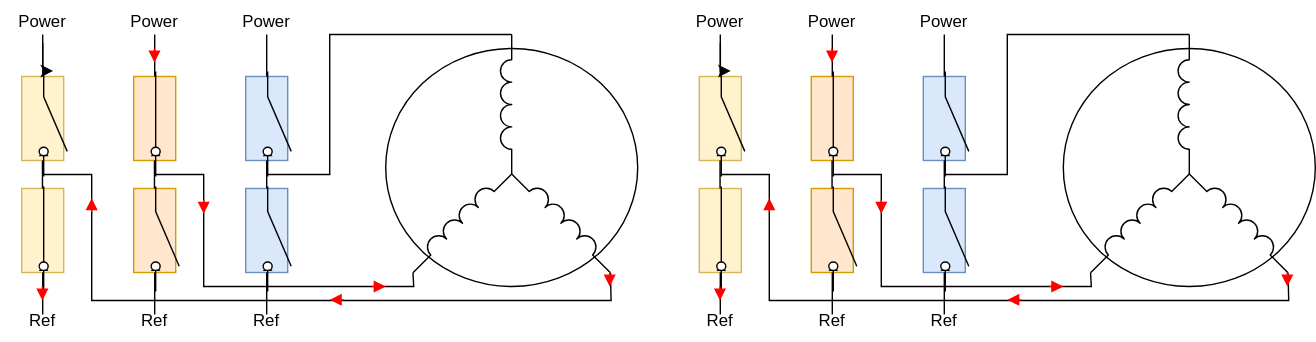
stephaneamans/ESC_Brushless keeps this draw.io diagram as 01-documentation/svg_files/esc_commutation_principle.drawio.svg. Above is the earlier version. Source tidied: cells renumbered, new cells last; positions are measured from the earlier drawing's top-left corner, leaving out a move shared by most shapes.
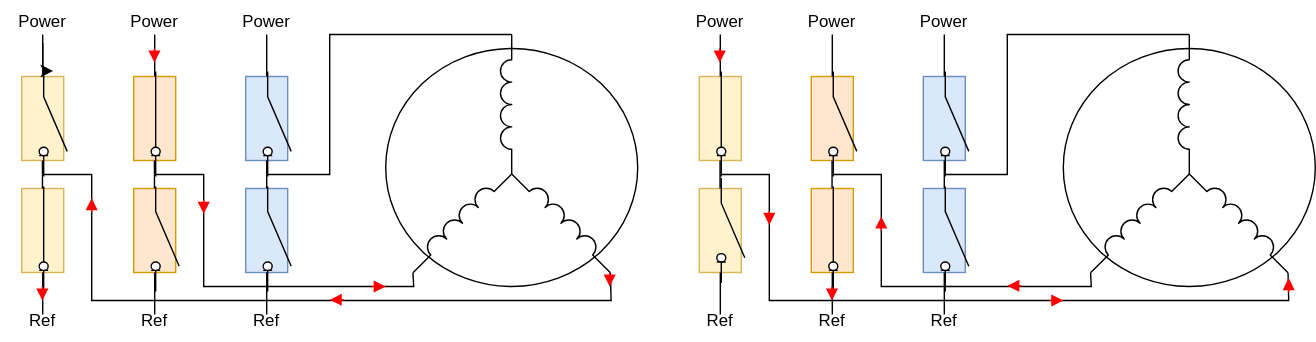
Later version of the same file.

The edit, as a diff of the source:
```diff
@@ -279,9 +279,6 @@
         <mxPoint x="514" y="194" as="targetPoint" />
       </mxGeometry>
     </mxCell>
-    <mxCell id="62" style="edgeStyle=orthogonalEdgeStyle;rounded=0;jettySize=auto;html=1;" parent="1" edge="1" source="63" target="74">
-      <mxGeometry relative="1" as="geometry" />
-    </mxCell>
     <mxCell id="63" value="Power" style="text;html=1;align=center;verticalAlign=middle;whiteSpace=wrap;rounded=0;" parent="1" vertex="1">
       <mxGeometry x="484" width="60" height="30" as="geometry" />
     </mxCell>
@@ -325,13 +322,13 @@
       <mxGeometry x="644" y="214" width="60" height="30" as="geometry" />
     </mxCell>
     <mxCell id="73" style="html=1;shape=mxgraph.electrical.electro-mechanical.switchDisconnector;elSwitchState=on;rotation=90;" parent="1" vertex="1">
-      <mxGeometry x="484" y="160" width="75" height="20" as="geometry" />
+      <mxGeometry x="564" y="160" width="75" height="20" as="geometry" />
     </mxCell>
     <mxCell id="74" style="html=1;shape=mxgraph.electrical.electro-mechanical.switchDisconnector;elSwitchState=off;rotation=90;" parent="1" vertex="1">
-      <mxGeometry x="484" y="78" width="75" height="20" as="geometry" />
+      <mxGeometry x="564" y="78" width="75" height="20" as="geometry" />
     </mxCell>
     <mxCell id="75" style="html=1;shape=mxgraph.electrical.electro-mechanical.switchDisconnector;elSwitchState=off;rotation=90;" parent="1" vertex="1">
-      <mxGeometry x="564" y="160" width="75" height="20" as="geometry" />
+      <mxGeometry x="484" y="154" width="75" height="20" as="geometry" />
     </mxCell>
     <mxCell id="76" style="html=1;shape=mxgraph.electrical.electro-mechanical.switchDisconnector;elSwitchState=off;rotation=90;" parent="1" vertex="1">
       <mxGeometry x="644" y="160" width="75" height="20" as="geometry" />
@@ -340,49 +337,49 @@
       <mxGeometry x="644" y="78" width="75" height="20" as="geometry" />
     </mxCell>
     <mxCell id="78" style="html=1;shape=mxgraph.electrical.electro-mechanical.switchDisconnector;elSwitchState=on;rotation=90;" parent="1" vertex="1">
-      <mxGeometry x="564" y="78" width="75" height="20" as="geometry" />
+      <mxGeometry x="484" y="78" width="75" height="20" as="geometry" />
     </mxCell>
     <mxCell id="79" style="endArrow=block;html=1;rounded=0;strokeColor=#FF0000;endFill=1;" parent="1" edge="1">
       <mxGeometry relative="1" as="geometry">
-        <mxPoint x="593.8" y="34" as="sourcePoint" />
-        <mxPoint x="593.8" y="44" as="targetPoint" />
+        <mxPoint x="513.6" y="34" as="sourcePoint" />
+        <mxPoint x="513.6" y="44" as="targetPoint" />
       </mxGeometry>
     </mxCell>
     <mxCell id="80" style="endArrow=block;html=1;rounded=0;strokeColor=#FF0000;endFill=1;" parent="1" edge="1">
       <mxGeometry relative="1" as="geometry">
-        <mxPoint x="629" y="142" as="sourcePoint" />
-        <mxPoint x="629" y="152" as="targetPoint" />
+        <mxPoint x="549" y="150" as="sourcePoint" />
+        <mxPoint x="549" y="160" as="targetPoint" />
       </mxGeometry>
     </mxCell>
-    <mxCell id="81" style="endArrow=block;html=1;rounded=0;strokeColor=#FF0000;endFill=1;" parent="1" edge="1">
-      <mxGeometry relative="1" as="geometry">
-        <mxPoint x="919" y="194" as="sourcePoint" />
-        <mxPoint x="919" y="204" as="targetPoint" />
-      </mxGeometry>
-    </mxCell>
     <mxCell id="82" style="endArrow=block;html=1;rounded=0;strokeColor=#FF0000;endFill=1;" parent="1" edge="1">
       <mxGeometry relative="1" as="geometry">
-        <mxPoint x="513.8" y="204" as="sourcePoint" />
-        <mxPoint x="513.8" y="214" as="targetPoint" />
+        <mxPoint x="593.8" y="204" as="sourcePoint" />
+        <mxPoint x="593.8" y="214" as="targetPoint" />
       </mxGeometry>
     </mxCell>
     <mxCell id="83" style="endArrow=block;html=1;rounded=0;strokeColor=#FF0000;endFill=1;" parent="1" edge="1">
       <mxGeometry relative="1" as="geometry">
-        <mxPoint x="749" y="204" as="sourcePoint" />
-        <mxPoint x="759" y="204" as="targetPoint" />
+        <mxPoint x="749" y="214" as="sourcePoint" />
+        <mxPoint x="759" y="214" as="targetPoint" />
       </mxGeometry>
     </mxCell>
     <mxCell id="84" style="endArrow=block;html=1;rounded=0;strokeColor=#FF0000;endFill=1;" parent="1" edge="1">
       <mxGeometry relative="1" as="geometry">
-        <mxPoint x="729" y="213.5" as="sourcePoint" />
-        <mxPoint x="719" y="213.5" as="targetPoint" />
+        <mxPoint x="729" y="203.5" as="sourcePoint" />
+        <mxPoint x="719" y="203.5" as="targetPoint" />
       </mxGeometry>
     </mxCell>
     <mxCell id="85" style="endArrow=block;html=1;rounded=0;strokeColor=#FF0000;endFill=1;" parent="1" edge="1">
       <mxGeometry relative="1" as="geometry">
-        <mxPoint x="549" y="151" as="sourcePoint" />
-        <mxPoint x="549" y="141" as="targetPoint" />
+        <mxPoint x="629" y="164" as="sourcePoint" />
+        <mxPoint x="629" y="154" as="targetPoint" />
       </mxGeometry>
     </mxCell>
+    <mxCell id="86" style="endArrow=block;html=1;rounded=0;strokeColor=#FF0000;endFill=1;" parent="1" edge="1">
+      <mxGeometry relative="1" as="geometry">
+        <mxPoint x="920" y="208" as="sourcePoint" />
+        <mxPoint x="920" y="198" as="targetPoint" />
+      </mxGeometry>
+    </mxCell>
   </root>
 </mxGraphModel>
```
